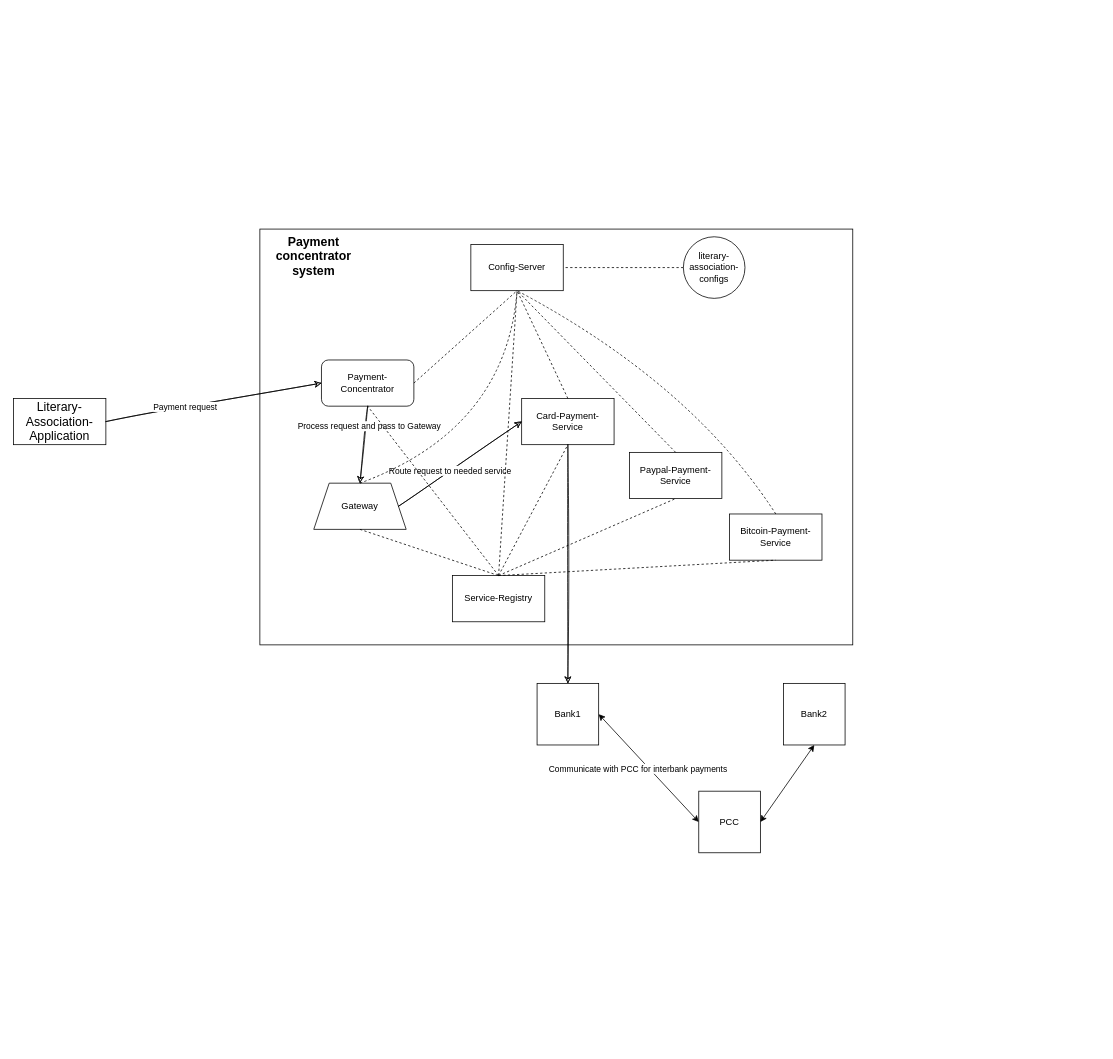
Before: Diagrams/payment-concentrator-subsystem-architecture.drawio in GOVEED20/literary-association, a draw.io diagram. Source tidied: cells renumbered, new cells numbered last; positions are measured from the earlier drawing's top-left corner, leaving out a move shared by most shapes. Both pictures are drawn from the tidied source at 77%, with x=0, y=0 at pixel (13, 229).
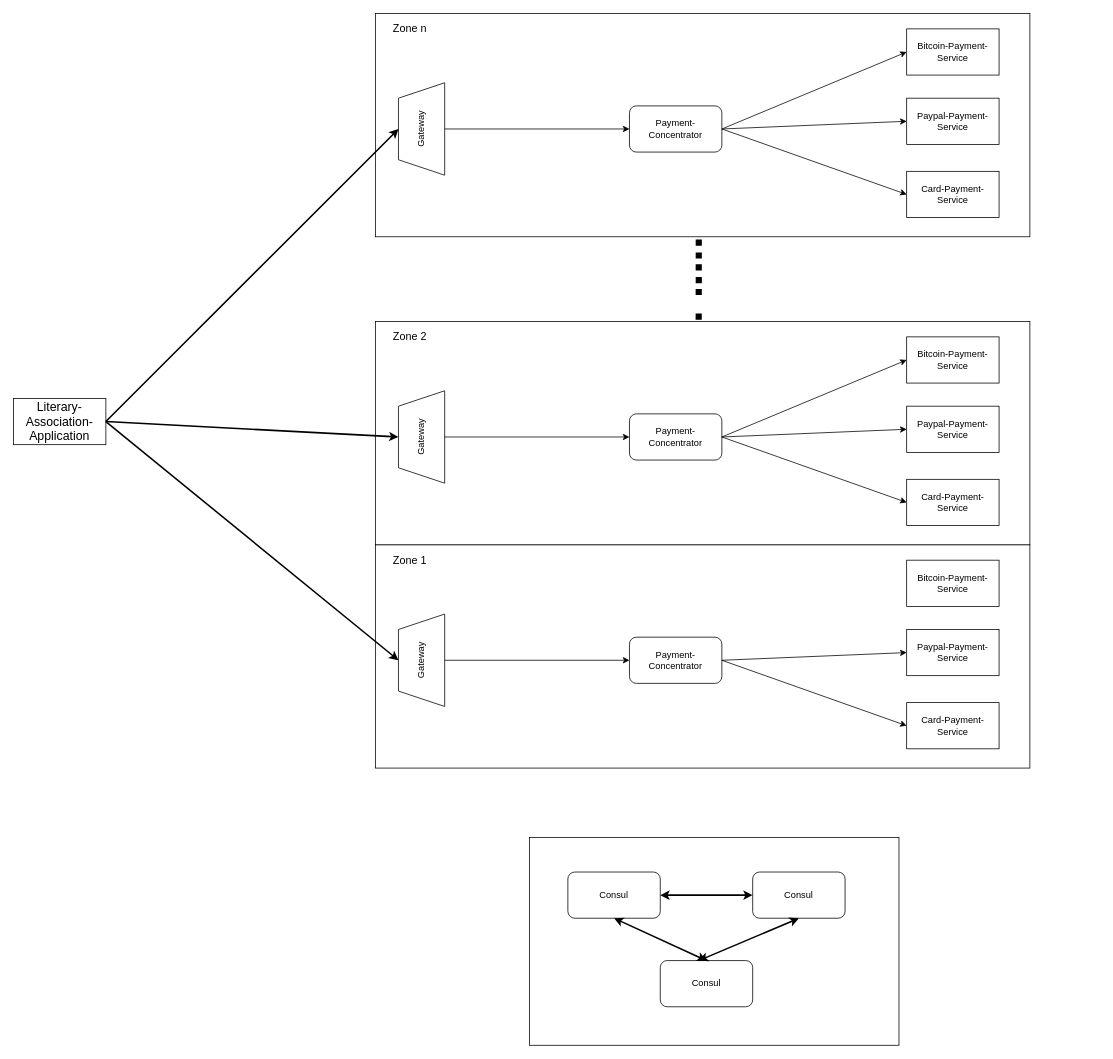
After the change.

What changed in the source:
```diff
@@
-    <mxCell id="2" style="endArrow=classic;html=1;exitX=1;exitY=0.5;exitDx=0;exitDy=0;entryX=0;entryY=0.5;entryDx=0;entryDy=0;jumpStyle=none;" parent="1" edge="1" source="22" target="6">
-      <mxGeometry relative="1" as="geometry" />
-    </mxCell>
-    <mxCell id="3" style="rounded=0;whiteSpace=wrap;html=1;" parent="1" vertex="1">
-      <mxGeometry x="320" width="770" height="540" as="geometry" />
-    </mxCell>
-    <mxCell id="4" value="Payment-Concentrator" style="rounded=1;whiteSpace=wrap;html=1;" parent="1" vertex="1">
-      <mxGeometry x="400" y="170" width="120" height="60" as="geometry" />
-    </mxCell>
+    <mxCell id="19" value="Literary-Association-Application" style="rounded=0;whiteSpace=wrap;html=1;fontSize=16;" parent="1" vertex="1">
+      <mxGeometry y="220" width="120" height="60" as="geometry" />
+    </mxCell>
+    <mxCell id="39" style="group;" parent="1" vertex="1">
+      <mxGeometry x="470" y="410" width="940" height="290" as="geometry" />
+    </mxCell>
+    <mxCell id="40" style="rounded=0;whiteSpace=wrap;html=1;" parent="39" vertex="1">
+      <mxGeometry width="850" height="290" as="geometry" />
+    </mxCell>
-    <mxCell id="5" value="Card-Payment-Service" style="rounded=0;whiteSpace=wrap;html=1;" parent="1" vertex="1">
-      <mxGeometry x="660" y="220" width="120" height="60" as="geometry" />
+    <mxCell id="5" value="Card-Payment-Service" style="rounded=0;whiteSpace=wrap;html=1;" parent="39" vertex="1">
+      <mxGeometry x="690" y="205" width="120" height="60" as="geometry" />
     </mxCell>
-    <mxCell id="6" value="Paypal-Payment-Service" style="rounded=0;whiteSpace=wrap;html=1;" parent="1" vertex="1">
-      <mxGeometry x="800" y="290" width="120" height="60" as="geometry" />
+    <mxCell id="6" value="Paypal-Payment-Service" style="rounded=0;whiteSpace=wrap;html=1;" parent="39" vertex="1">
+      <mxGeometry x="690" y="110" width="120" height="60" as="geometry" />
     </mxCell>
-    <mxCell id="7" value="Bitcoin-Payment- Service" style="rounded=0;whiteSpace=wrap;html=1;" parent="1" vertex="1">
-      <mxGeometry x="930" y="370" width="120" height="60" as="geometry" />
+    <mxCell id="7" value="Bitcoin-Payment- Service" style="rounded=0;whiteSpace=wrap;html=1;" parent="39" vertex="1">
+      <mxGeometry x="690" y="20" width="120" height="60" as="geometry" />
     </mxCell>
-    <mxCell id="8" value="Config-Server" style="rounded=0;whiteSpace=wrap;html=1;" parent="1" vertex="1">
-      <mxGeometry x="594" y="20" width="120" height="60" as="geometry" />
-    </mxCell>
-    <mxCell id="9" value="Service-Registry" style="rounded=0;whiteSpace=wrap;html=1;" parent="1" vertex="1">
-      <mxGeometry x="570" y="450" width="120" height="60" as="geometry" />
-    </mxCell>
-    <mxCell id="10" value="literary-association-configs" style="ellipse;whiteSpace=wrap;html=1;" parent="1" vertex="1">
-      <mxGeometry x="870" y="10" width="80" height="80" as="geometry" />
-    </mxCell>
-    <mxCell id="11" value="Bank1" style="whiteSpace=wrap;html=1;" parent="1" vertex="1">
-      <mxGeometry x="680" y="590" width="80" height="80" as="geometry" />
-    </mxCell>
-    <mxCell id="12" value="Bank2" style="whiteSpace=wrap;html=1;" parent="1" vertex="1">
-      <mxGeometry x="1000" y="590" width="80" height="80" as="geometry" />
-    </mxCell>
-    <mxCell id="13" value="PCC" style="whiteSpace=wrap;html=1;" parent="1" vertex="1">
-      <mxGeometry x="890" y="730" width="80" height="80" as="geometry" />
-    </mxCell>
-    <mxCell id="14" style="endArrow=classic;html=1;exitX=0.5;exitY=1;exitDx=0;exitDy=0;entryX=0.5;entryY=0;entryDx=0;entryDy=0;sketch=1;" parent="1" edge="1" source="5" target="11">
-      <mxGeometry relative="1" as="geometry" />
-    </mxCell>
-    <mxCell id="15" style="endArrow=classic;html=1;exitX=1;exitY=0.5;exitDx=0;exitDy=0;entryX=0;entryY=0.5;entryDx=0;entryDy=0;startArrow=classic;" parent="1" edge="1" source="11" target="13">
-      <mxGeometry relative="1" as="geometry" />
-    </mxCell>
-    <mxCell id="16" value="Communicate with PCC for interbank payments" style="edgeLabel;html=1;align=center;verticalAlign=middle;" parent="15" vertex="1">
-      <mxGeometry x="-0.3" relative="1" as="geometry">
-        <mxPoint x="5.2" y="21.8" as="offset" />
-      </mxGeometry>
-    </mxCell>
-    <mxCell id="17" style="endArrow=classic;html=1;exitX=1;exitY=0.5;exitDx=0;exitDy=0;entryX=0.5;entryY=1;entryDx=0;entryDy=0;startArrow=classic;" parent="1" edge="1" source="13" target="12">
-      <mxGeometry relative="1" as="geometry" />
-    </mxCell>
-    <mxCell id="18" value="Payment concentrator system" style="text;html=1;strokeColor=none;fillColor=none;align=center;verticalAlign=middle;whiteSpace=wrap;rounded=0;fontStyle=1;fontSize=16;" parent="1" vertex="1">
-      <mxGeometry x="340" width="100" height="70" as="geometry" />
-    </mxCell>
-    <mxCell id="19" value="Literary-Association-Application" style="rounded=0;whiteSpace=wrap;html=1;fontSize=16;" parent="1" vertex="1">
-      <mxGeometry y="220" width="120" height="60" as="geometry" />
-    </mxCell>
-    <mxCell id="20" style="endArrow=classic;html=1;fontSize=16;exitX=1;exitY=0.5;exitDx=0;exitDy=0;entryX=0;entryY=0.5;entryDx=0;entryDy=0;sketch=1;" parent="1" edge="1" source="19" target="4">
-      <mxGeometry relative="1" as="geometry" />
-    </mxCell>
-    <mxCell id="21" value="Payment request" style="edgeLabel;html=1;align=center;verticalAlign=middle;" parent="20" vertex="1">
-      <mxGeometry x="-0.27" y="1" relative="1" as="geometry" />
-    </mxCell>
-    <mxCell id="22" value="Gateway" style="shape=trapezoid;perimeter=trapezoidPerimeter;whiteSpace=wrap;html=1;fixedSize=1;" parent="1" vertex="1">
-      <mxGeometry x="390" y="330" width="120" height="60" as="geometry" />
+    <mxCell id="22" value="Gateway" style="shape=trapezoid;perimeter=trapezoidPerimeter;whiteSpace=wrap;html=1;fixedSize=1;rotation=-90;" parent="39" vertex="1">
+      <mxGeometry y="120" width="120" height="60" as="geometry" />
     </mxCell>
-    <mxCell id="23" style="endArrow=classic;html=1;exitX=0.5;exitY=1;exitDx=0;exitDy=0;entryX=0.5;entryY=0;entryDx=0;entryDy=0;sketch=1;" parent="1" edge="1" source="4" target="22">
-      <mxGeometry relative="1" as="geometry" />
-    </mxCell>
-    <mxCell id="24" value="Process request and pass to Gateway" style="edgeLabel;html=1;align=center;verticalAlign=middle;" parent="23" vertex="1">
-      <mxGeometry x="-0.5" y="4" relative="1" as="geometry" />
-    </mxCell>
-    <mxCell id="25" style="endArrow=classic;html=1;exitX=1;exitY=0.5;exitDx=0;exitDy=0;entryX=0;entryY=0.5;entryDx=0;entryDy=0;shadow=0;sketch=1;" parent="1" edge="1" source="22" target="5">
-      <mxGeometry relative="1" as="geometry" />
-    </mxCell>
-    <mxCell id="26" value="Route request to needed service" style="edgeLabel;html=1;align=center;verticalAlign=middle;" parent="25" vertex="1">
-      <mxGeometry x="-0.36" relative="1" as="geometry">
-        <mxPoint x="15.5" y="-11.4" as="offset" />
-      </mxGeometry>
-    </mxCell>
-    <mxCell id="27" style="endArrow=none;dashed=1;html=1;shadow=0;exitX=0;exitY=0.5;exitDx=0;exitDy=0;entryX=1;entryY=0.5;entryDx=0;entryDy=0;" parent="1" edge="1" source="10" target="8">
-      <mxGeometry relative="1" as="geometry" />
-    </mxCell>
-    <mxCell id="28" style="endArrow=none;dashed=1;html=1;shadow=0;entryX=0.5;entryY=1;entryDx=0;entryDy=0;exitX=0.5;exitY=0;exitDx=0;exitDy=0;" parent="1" edge="1" source="5" target="8">
-      <mxGeometry relative="1" as="geometry" />
-    </mxCell>
-    <mxCell id="29" style="endArrow=none;dashed=1;html=1;shadow=0;entryX=0.5;entryY=1;entryDx=0;entryDy=0;exitX=1;exitY=0.5;exitDx=0;exitDy=0;" parent="1" edge="1" source="4" target="8">
-      <mxGeometry relative="1" as="geometry" />
-    </mxCell>
-    <mxCell id="30" style="endArrow=none;dashed=1;html=1;shadow=0;entryX=0.5;entryY=1;entryDx=0;entryDy=0;curved=1;" parent="1" edge="1" target="8">
-      <mxGeometry relative="1" as="geometry">
-        <mxPoint x="450" y="330" as="sourcePoint" />
-        <Array as="points">
-          <mxPoint x="640" y="260" />
-        </Array>
-      </mxGeometry>
-    </mxCell>
-    <mxCell id="31" style="endArrow=none;dashed=1;html=1;shadow=0;entryX=0.5;entryY=1;entryDx=0;entryDy=0;exitX=0.5;exitY=0;exitDx=0;exitDy=0;" parent="1" edge="1" source="9" target="8">
-      <mxGeometry relative="1" as="geometry" />
-    </mxCell>
-    <mxCell id="32" style="endArrow=none;dashed=1;html=1;shadow=0;entryX=0.5;entryY=1;entryDx=0;entryDy=0;exitX=0.5;exitY=0;exitDx=0;exitDy=0;" parent="1" edge="1" source="6" target="8">
-      <mxGeometry relative="1" as="geometry" />
-    </mxCell>
-    <mxCell id="33" style="endArrow=none;dashed=1;html=1;shadow=0;entryX=0.5;entryY=1;entryDx=0;entryDy=0;exitX=0.5;exitY=0;exitDx=0;exitDy=0;curved=1;" parent="1" edge="1" source="7" target="8">
-      <mxGeometry relative="1" as="geometry">
-        <Array as="points">
-          <mxPoint x="880" y="200" />
-        </Array>
-      </mxGeometry>
-    </mxCell>
-    <mxCell id="34" style="endArrow=none;dashed=1;html=1;shadow=0;exitX=0.5;exitY=0;exitDx=0;exitDy=0;" parent="1" edge="1" source="9">
-      <mxGeometry relative="1" as="geometry">
-        <mxPoint x="460" y="230" as="targetPoint" />
-      </mxGeometry>
-    </mxCell>
-    <mxCell id="35" style="endArrow=none;dashed=1;html=1;shadow=0;exitX=0.5;exitY=1;exitDx=0;exitDy=0;entryX=0.5;entryY=0;entryDx=0;entryDy=0;" parent="1" edge="1" source="22" target="9">
-      <mxGeometry relative="1" as="geometry" />
-    </mxCell>
-    <mxCell id="36" style="endArrow=none;dashed=1;html=1;shadow=0;exitX=0.5;exitY=0;exitDx=0;exitDy=0;" parent="1" edge="1" source="9">
-      <mxGeometry relative="1" as="geometry">
-        <mxPoint x="720" y="280" as="targetPoint" />
-      </mxGeometry>
-    </mxCell>
-    <mxCell id="37" style="endArrow=none;dashed=1;html=1;shadow=0;entryX=0.5;entryY=1;entryDx=0;entryDy=0;exitX=0.5;exitY=0;exitDx=0;exitDy=0;" parent="1" edge="1" source="9" target="6">
-      <mxGeometry relative="1" as="geometry" />
-    </mxCell>
-    <mxCell id="38" style="endArrow=none;dashed=1;html=1;shadow=0;entryX=0.5;entryY=1;entryDx=0;entryDy=0;exitX=0.5;exitY=0;exitDx=0;exitDy=0;" parent="1" edge="1" source="9" target="7">
-      <mxGeometry relative="1" as="geometry" />
-    </mxCell>
+    <mxCell id="41" value="Payment-Concentrator" style="rounded=1;whiteSpace=wrap;html=1;" parent="39" vertex="1">
+      <mxGeometry x="330" y="120" width="120" height="60" as="geometry" />
+    </mxCell>
+    <mxCell id="42" style="edgeStyle=orthogonalEdgeStyle;rounded=0;orthogonalLoop=1;jettySize=auto;html=1;exitX=0.5;exitY=1;exitDx=0;exitDy=0;" parent="39" edge="1">
+      <mxGeometry relative="1" as="geometry">
+        <mxPoint x="260" y="80" as="sourcePoint" />
+        <mxPoint x="260" y="80" as="targetPoint" />
+      </mxGeometry>
+    </mxCell>
+    <mxCell id="43" style="endArrow=classic;html=1;exitX=0.5;exitY=1;exitDx=0;exitDy=0;entryX=0;entryY=0.5;entryDx=0;entryDy=0;" parent="39" edge="1" source="22" target="41">
+      <mxGeometry relative="1" as="geometry" />
+    </mxCell>
+    <mxCell id="44" value="&lt;font style=&quot;font-size: 14px&quot;&gt;Zone 1&lt;/font&gt;" style="text;html=1;strokeColor=none;fillColor=none;align=center;verticalAlign=middle;whiteSpace=wrap;rounded=0;" parent="39" vertex="1">
+      <mxGeometry x="10" y="10" width="70" height="20" as="geometry" />
+    </mxCell>
+    <mxCell id="45" style="endArrow=classic;html=1;exitX=1;exitY=0.5;exitDx=0;exitDy=0;entryX=0;entryY=0.5;entryDx=0;entryDy=0;" parent="39" edge="1" source="41" target="6">
+      <mxGeometry relative="1" as="geometry" />
+    </mxCell>
+    <mxCell id="46" style="endArrow=classic;html=1;exitX=1;exitY=0.5;exitDx=0;exitDy=0;entryX=0;entryY=0.5;entryDx=0;entryDy=0;" parent="39" edge="1" source="41" target="5">
+      <mxGeometry relative="1" as="geometry" />
+    </mxCell>
+    <mxCell id="47" style="group;" parent="1" vertex="1">
+      <mxGeometry x="470" y="120" width="850" height="290" as="geometry" />
+    </mxCell>
+    <mxCell id="48" style="rounded=0;whiteSpace=wrap;html=1;" parent="47" vertex="1">
+      <mxGeometry width="850" height="290" as="geometry" />
+    </mxCell>
+    <mxCell id="49" value="Card-Payment-Service" style="rounded=0;whiteSpace=wrap;html=1;" parent="47" vertex="1">
+      <mxGeometry x="690" y="205" width="120" height="60" as="geometry" />
+    </mxCell>
+    <mxCell id="50" value="Paypal-Payment-Service" style="rounded=0;whiteSpace=wrap;html=1;" parent="47" vertex="1">
+      <mxGeometry x="690" y="110" width="120" height="60" as="geometry" />
+    </mxCell>
+    <mxCell id="51" value="Bitcoin-Payment- Service" style="rounded=0;whiteSpace=wrap;html=1;" parent="47" vertex="1">
+      <mxGeometry x="690" y="20" width="120" height="60" as="geometry" />
+    </mxCell>
+    <mxCell id="52" value="Gateway" style="shape=trapezoid;perimeter=trapezoidPerimeter;whiteSpace=wrap;html=1;fixedSize=1;rotation=-90;" parent="47" vertex="1">
+      <mxGeometry y="120" width="120" height="60" as="geometry" />
+    </mxCell>
+    <mxCell id="53" value="Payment-Concentrator" style="rounded=1;whiteSpace=wrap;html=1;" parent="47" vertex="1">
+      <mxGeometry x="330" y="120" width="120" height="60" as="geometry" />
+    </mxCell>
+    <mxCell id="54" style="edgeStyle=orthogonalEdgeStyle;rounded=0;orthogonalLoop=1;jettySize=auto;html=1;exitX=0.5;exitY=1;exitDx=0;exitDy=0;" parent="47" edge="1">
+      <mxGeometry relative="1" as="geometry">
+        <mxPoint x="260" y="80" as="sourcePoint" />
+        <mxPoint x="260" y="80" as="targetPoint" />
+      </mxGeometry>
+    </mxCell>
+    <mxCell id="55" style="endArrow=classic;html=1;exitX=0.5;exitY=1;exitDx=0;exitDy=0;entryX=0;entryY=0.5;entryDx=0;entryDy=0;" parent="47" edge="1" source="52" target="53">
+      <mxGeometry relative="1" as="geometry" />
+    </mxCell>
+    <mxCell id="56" value="&lt;font style=&quot;font-size: 14px&quot;&gt;Zone 2&lt;/font&gt;" style="text;html=1;strokeColor=none;fillColor=none;align=center;verticalAlign=middle;whiteSpace=wrap;rounded=0;" parent="47" vertex="1">
+      <mxGeometry x="10" y="10" width="70" height="20" as="geometry" />
+    </mxCell>
+    <mxCell id="57" style="endArrow=classic;html=1;exitX=1;exitY=0.5;exitDx=0;exitDy=0;entryX=0;entryY=0.5;entryDx=0;entryDy=0;" parent="47" edge="1" source="53" target="51">
+      <mxGeometry relative="1" as="geometry" />
+    </mxCell>
+    <mxCell id="58" style="endArrow=classic;html=1;exitX=1;exitY=0.5;exitDx=0;exitDy=0;entryX=0;entryY=0.5;entryDx=0;entryDy=0;" parent="47" edge="1" source="53" target="50">
+      <mxGeometry relative="1" as="geometry" />
+    </mxCell>
+    <mxCell id="59" style="endArrow=classic;html=1;exitX=1;exitY=0.5;exitDx=0;exitDy=0;entryX=0;entryY=0.5;entryDx=0;entryDy=0;" parent="47" edge="1" source="53" target="49">
+      <mxGeometry relative="1" as="geometry" />
+    </mxCell>
+    <mxCell id="60" style="group;" parent="1" vertex="1">
+      <mxGeometry x="470" y="-280" width="850" height="290" as="geometry" />
+    </mxCell>
+    <mxCell id="61" style="rounded=0;whiteSpace=wrap;html=1;" parent="60" vertex="1">
+      <mxGeometry width="850" height="290" as="geometry" />
+    </mxCell>
+    <mxCell id="62" value="Card-Payment-Service" style="rounded=0;whiteSpace=wrap;html=1;" parent="60" vertex="1">
+      <mxGeometry x="690" y="205" width="120" height="60" as="geometry" />
+    </mxCell>
+    <mxCell id="63" value="Paypal-Payment-Service" style="rounded=0;whiteSpace=wrap;html=1;" parent="60" vertex="1">
+      <mxGeometry x="690" y="110" width="120" height="60" as="geometry" />
+    </mxCell>
+    <mxCell id="64" value="Bitcoin-Payment- Service" style="rounded=0;whiteSpace=wrap;html=1;" parent="60" vertex="1">
+      <mxGeometry x="690" y="20" width="120" height="60" as="geometry" />
+    </mxCell>
+    <mxCell id="65" value="Gateway" style="shape=trapezoid;perimeter=trapezoidPerimeter;whiteSpace=wrap;html=1;fixedSize=1;rotation=-90;" parent="60" vertex="1">
+      <mxGeometry y="120" width="120" height="60" as="geometry" />
+    </mxCell>
+    <mxCell id="66" value="Payment-Concentrator" style="rounded=1;whiteSpace=wrap;html=1;" parent="60" vertex="1">
+      <mxGeometry x="330" y="120" width="120" height="60" as="geometry" />
+    </mxCell>
+    <mxCell id="67" style="edgeStyle=orthogonalEdgeStyle;rounded=0;orthogonalLoop=1;jettySize=auto;html=1;exitX=0.5;exitY=1;exitDx=0;exitDy=0;" parent="60" edge="1">
+      <mxGeometry relative="1" as="geometry">
+        <mxPoint x="260" y="80" as="sourcePoint" />
+        <mxPoint x="260" y="80" as="targetPoint" />
+      </mxGeometry>
+    </mxCell>
+    <mxCell id="68" style="endArrow=classic;html=1;exitX=0.5;exitY=1;exitDx=0;exitDy=0;entryX=0;entryY=0.5;entryDx=0;entryDy=0;" parent="60" edge="1" source="65" target="66">
+      <mxGeometry relative="1" as="geometry" />
+    </mxCell>
+    <mxCell id="69" value="&lt;font style=&quot;font-size: 14px&quot;&gt;Zone n&lt;/font&gt;" style="text;html=1;strokeColor=none;fillColor=none;align=center;verticalAlign=middle;whiteSpace=wrap;rounded=0;" parent="60" vertex="1">
+      <mxGeometry x="10" y="10" width="70" height="20" as="geometry" />
+    </mxCell>
+    <mxCell id="70" style="endArrow=classic;html=1;exitX=1;exitY=0.5;exitDx=0;exitDy=0;entryX=0;entryY=0.5;entryDx=0;entryDy=0;" parent="60" edge="1" source="66" target="64">
+      <mxGeometry relative="1" as="geometry" />
+    </mxCell>
+    <mxCell id="71" style="endArrow=classic;html=1;exitX=1;exitY=0.5;exitDx=0;exitDy=0;entryX=0;entryY=0.5;entryDx=0;entryDy=0;" parent="60" edge="1" source="66" target="63">
+      <mxGeometry relative="1" as="geometry" />
+    </mxCell>
+    <mxCell id="72" style="endArrow=classic;html=1;exitX=1;exitY=0.5;exitDx=0;exitDy=0;entryX=0;entryY=0.5;entryDx=0;entryDy=0;" parent="60" edge="1" source="66" target="62">
+      <mxGeometry relative="1" as="geometry" />
+    </mxCell>
+    <mxCell id="73" style="endArrow=none;dashed=1;html=1;dashPattern=1 3;strokeWidth=8;exitX=0.494;exitY=-0.008;exitDx=0;exitDy=0;exitPerimeter=0;rounded=0;" parent="1" edge="1" source="48">
+      <mxGeometry relative="1" as="geometry">
+        <mxPoint x="890" y="90" as="targetPoint" />
+        <Array as="points">
+          <mxPoint x="890" y="10" />
+        </Array>
+      </mxGeometry>
+    </mxCell>
+    <mxCell id="74" style="endArrow=classic;html=1;strokeWidth=2;exitX=1;exitY=0.5;exitDx=0;exitDy=0;entryX=0.5;entryY=0;entryDx=0;entryDy=0;" parent="1" edge="1" source="19" target="65">
+      <mxGeometry relative="1" as="geometry" />
+    </mxCell>
+    <mxCell id="75" style="endArrow=classic;html=1;strokeWidth=2;entryX=0.5;entryY=0;entryDx=0;entryDy=0;" parent="1" edge="1" target="52">
+      <mxGeometry relative="1" as="geometry">
+        <mxPoint x="120" y="250" as="sourcePoint" />
+      </mxGeometry>
+    </mxCell>
+    <mxCell id="76" style="endArrow=classic;html=1;strokeWidth=2;entryX=0.5;entryY=0;entryDx=0;entryDy=0;" parent="1" edge="1" target="22">
+      <mxGeometry relative="1" as="geometry">
+        <mxPoint x="120" y="250" as="sourcePoint" />
+      </mxGeometry>
+    </mxCell>
+    <mxCell id="77" style="rounded=0;whiteSpace=wrap;html=1;" parent="1" vertex="1">
+      <mxGeometry x="670" y="790" width="480" height="270" as="geometry" />
+    </mxCell>
+    <mxCell id="78" value="Consul" style="rounded=1;whiteSpace=wrap;html=1;" parent="1" vertex="1">
+      <mxGeometry x="840" y="950" width="120" height="60" as="geometry" />
+    </mxCell>
+    <mxCell id="79" value="Consul" style="rounded=1;whiteSpace=wrap;html=1;" parent="1" vertex="1">
+      <mxGeometry x="720" y="835" width="120" height="60" as="geometry" />
+    </mxCell>
+    <mxCell id="80" value="Consul" style="rounded=1;whiteSpace=wrap;html=1;" parent="1" vertex="1">
+      <mxGeometry x="960" y="835" width="120" height="60" as="geometry" />
+    </mxCell>
+    <mxCell id="81" style="endArrow=classic;startArrow=classic;html=1;strokeWidth=2;exitX=0.5;exitY=0;exitDx=0;exitDy=0;entryX=0.5;entryY=1;entryDx=0;entryDy=0;" parent="1" edge="1" source="78" target="79">
+      <mxGeometry relative="1" as="geometry" />
+    </mxCell>
+    <mxCell id="82" style="endArrow=classic;startArrow=classic;html=1;strokeWidth=2;exitX=1;exitY=0.5;exitDx=0;exitDy=0;entryX=0;entryY=0.5;entryDx=0;entryDy=0;" parent="1" edge="1" source="79" target="80">
+      <mxGeometry relative="1" as="geometry" />
+    </mxCell>
+    <mxCell id="83" style="endArrow=classic;startArrow=classic;html=1;strokeWidth=2;entryX=0.5;entryY=1;entryDx=0;entryDy=0;" parent="1" edge="1" target="80">
+      <mxGeometry relative="1" as="geometry">
+        <mxPoint x="890" y="950" as="sourcePoint" />
+      </mxGeometry>
+    </mxCell>
```
